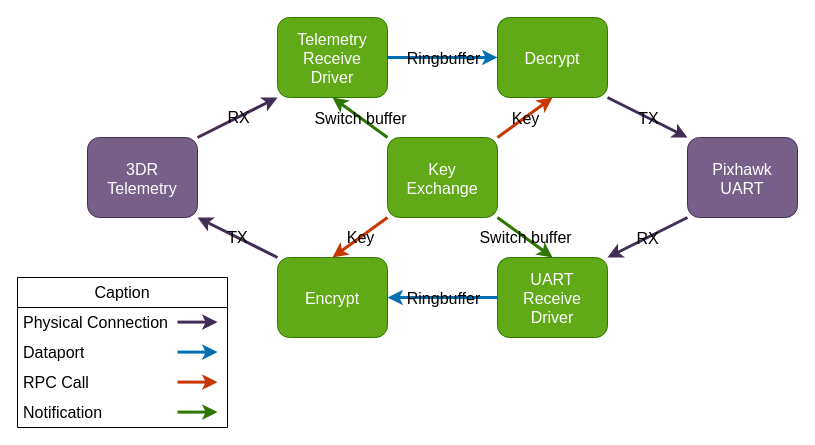
Earlier version of the draw.io diagram pics/components.drawio (colorglass/seL4_rpi4). Source tidied: cells renumbered, new cells numbered last; positions are measured from the earlier drawing's top-left corner, leaving out a move shared by most shapes. Both pictures are drawn from the tidied source at 100%, with x=0, y=0 at pixel (17, 17).
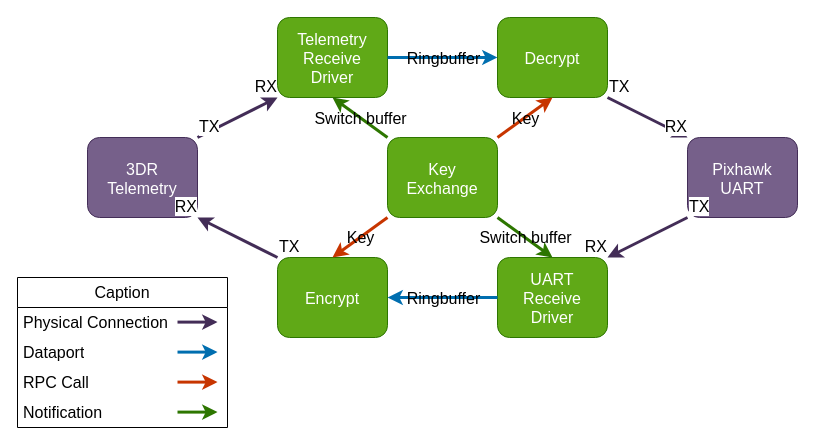
The same diagram, later.

The change refers to these unchanged cells:
```xml
<mxCell id="2" value="3DR&#10;Telemetry" style="rounded=1;fillColor=#76608a;fontColor=#ffffff;strokeColor=#432D57;fontSize=16;" parent="1" vertex="1">
  <mxGeometry x="70" y="120" width="110" height="80" as="geometry" />
</mxCell>
<mxCell id="3" value="Telemetry&#10;Receive&#10;Driver" style="rounded=1;fillColor=#60a917;fontColor=#ffffff;strokeColor=#2D7600;fontSize=16;" parent="1" vertex="1">
  <mxGeometry x="260" width="110" height="80" as="geometry" />
</mxCell>
<mxCell id="4" value="Decrypt" style="rounded=1;fillColor=#60a917;fontColor=#ffffff;strokeColor=#2D7600;fontSize=16;" parent="1" vertex="1">
  <mxGeometry x="480" width="110" height="80" as="geometry" />
</mxCell>
<mxCell id="5" value="Encrypt" style="rounded=1;fillColor=#60a917;fontColor=#ffffff;strokeColor=#2D7600;fontSize=16;" parent="1" vertex="1">
  <mxGeometry x="260" y="240" width="110" height="80" as="geometry" />
</mxCell>
<mxCell id="6" value="Pixhawk&#10;UART" style="rounded=1;fillColor=#76608a;fontColor=#ffffff;strokeColor=#432D57;fontSize=16;" parent="1" vertex="1">
  <mxGeometry x="670" y="120" width="110" height="80" as="geometry" />
</mxCell>
<mxCell id="36" style="endArrow=classic;html=1;exitX=0;exitY=1;exitDx=0;exitDy=0;entryX=1;entryY=0;entryDx=0;entryDy=0;strokeWidth=3;fillColor=#76608a;strokeColor=#432D57;" parent="1" edge="1" source="6" target="7">
  <mxGeometry relative="1" as="geometry" />
</mxCell>
```

What changed in the source:
```diff
@@
-    <mxCell id="18" style="endArrow=classic;html=1;exitX=1;exitY=0;exitDx=0;exitDy=0;entryX=0;entryY=1;entryDx=0;entryDy=0;strokeWidth=3;fillColor=#76608a;strokeColor=#432D57;" parent="1" edge="1" source="2" target="3">
-      <mxGeometry relative="1" as="geometry" />
-    </mxCell>
-    <mxCell id="19" value="&lt;font style=&quot;font-size: 16px;&quot;&gt;RX&lt;/font&gt;" style="edgeLabel;html=1;align=center;verticalAlign=middle;labelBackgroundColor=none;" parent="18" vertex="1">
-      <mxGeometry relative="1" as="geometry" />
-    </mxCell>
-    <mxCell id="20" style="endArrow=classic;html=1;exitX=0;exitY=0;exitDx=0;exitDy=0;strokeWidth=3;fillColor=#76608a;strokeColor=#432D57;entryX=1;entryY=1;entryDx=0;entryDy=0;" parent="1" edge="1" source="5" target="2">
-      <mxGeometry relative="1" as="geometry" />
-    </mxCell>
-    <mxCell id="21" value="&lt;font style=&quot;font-size: 16px;&quot;&gt;TX&lt;/font&gt;" style="edgeLabel;html=1;align=center;verticalAlign=middle;labelBackgroundColor=none;" parent="20" vertex="1">
-      <mxGeometry relative="1" as="geometry" />
-    </mxCell>
@@
+    <mxCell id="37" style="endArrow=classic;html=1;exitX=1;exitY=0;exitDx=0;exitDy=0;entryX=0;entryY=1;entryDx=0;entryDy=0;strokeWidth=3;fillColor=#76608a;strokeColor=#432D57;" parent="1" edge="1" source="2" target="3">
+      <mxGeometry relative="1" as="geometry" />
+    </mxCell>
+    <mxCell id="38" value="&lt;font style=&quot;font-size: 16px;&quot;&gt;TX&lt;/font&gt;" style="edgeLabel;html=1;align=left;verticalAlign=bottom;" parent="37" vertex="1">
+      <mxGeometry x="-1" relative="1" as="geometry" />
+    </mxCell>
+    <mxCell id="39" value="&lt;font style=&quot;font-size: 16px;&quot;&gt;RX&lt;/font&gt;" style="edgeLabel;html=1;align=right;verticalAlign=bottom;" parent="37" vertex="1">
+      <mxGeometry x="1" relative="1" as="geometry" />
+    </mxCell>
+    <mxCell id="20" style="endArrow=classic;html=1;exitX=0;exitY=0;exitDx=0;exitDy=0;entryX=1;entryY=1;entryDx=0;entryDy=0;strokeWidth=3;fillColor=#76608a;strokeColor=#432D57;" parent="1" edge="1" source="5" target="2">
+      <mxGeometry relative="1" as="geometry" />
+    </mxCell>
+    <mxCell id="40" value="&lt;font style=&quot;font-size: 16px;&quot;&gt;TX&lt;/font&gt;" style="edgeLabel;html=1;align=left;verticalAlign=bottom;" parent="20" vertex="1">
+      <mxGeometry x="-1" relative="1" as="geometry" />
+    </mxCell>
+    <mxCell id="41" value="&lt;font style=&quot;font-size: 16px;&quot;&gt;RX&lt;/font&gt;" style="edgeLabel;html=1;align=right;verticalAlign=bottom;" parent="20" vertex="1">
+      <mxGeometry x="1" relative="1" as="geometry" />
+    </mxCell>
-    <mxCell id="34" style="endArrow=classic;html=1;exitX=1;exitY=1;exitDx=0;exitDy=0;strokeWidth=3;fillColor=#76608a;strokeColor=#432D57;entryX=0;entryY=0;entryDx=0;entryDy=0;" parent="1" edge="1" source="4" target="6">
+    <mxCell id="34" style="endArrow=classic;html=1;exitX=1;exitY=1;exitDx=0;exitDy=0;entryX=0;entryY=0;entryDx=0;entryDy=0;strokeWidth=3;fillColor=#76608a;strokeColor=#432D57;" parent="1" edge="1" source="4" target="6">
       <mxGeometry relative="1" as="geometry" />
     </mxCell>
-    <mxCell id="35" value="&lt;font style=&quot;font-size: 16px;&quot;&gt;TX&lt;/font&gt;" style="edgeLabel;html=1;align=center;verticalAlign=middle;labelBackgroundColor=none;" parent="34" vertex="1">
-      <mxGeometry relative="1" as="geometry" />
-    </mxCell>
+    <mxCell id="42" value="&lt;font style=&quot;font-size: 16px;&quot;&gt;TX&lt;/font&gt;" style="edgeLabel;html=1;align=left;verticalAlign=bottom;" parent="34" vertex="1">
+      <mxGeometry x="-1" relative="1" as="geometry" />
+    </mxCell>
+    <mxCell id="43" value="&lt;font style=&quot;font-size: 16px;&quot;&gt;RX&lt;/font&gt;" style="edgeLabel;html=1;align=right;verticalAlign=bottom;" parent="34" vertex="1">
+      <mxGeometry x="1" relative="1" as="geometry" />
+    </mxCell>
@@
-    <mxCell id="37" value="&lt;font style=&quot;font-size: 16px;&quot;&gt;RX&lt;/font&gt;" style="edgeLabel;html=1;align=center;verticalAlign=middle;labelBackgroundColor=none;" parent="36" vertex="1">
-      <mxGeometry relative="1" as="geometry" />
-    </mxCell>
+    <mxCell id="44" value="&lt;font style=&quot;font-size: 16px;&quot;&gt;TX&lt;/font&gt;" style="edgeLabel;html=1;align=left;verticalAlign=bottom;" parent="36" vertex="1">
+      <mxGeometry x="-1" relative="1" as="geometry" />
+    </mxCell>
+    <mxCell id="45" value="&lt;font style=&quot;font-size: 16px;&quot;&gt;RX&lt;/font&gt;" style="edgeLabel;html=1;align=right;verticalAlign=bottom;" parent="36" vertex="1">
+      <mxGeometry x="1" relative="1" as="geometry" />
+    </mxCell>
```
